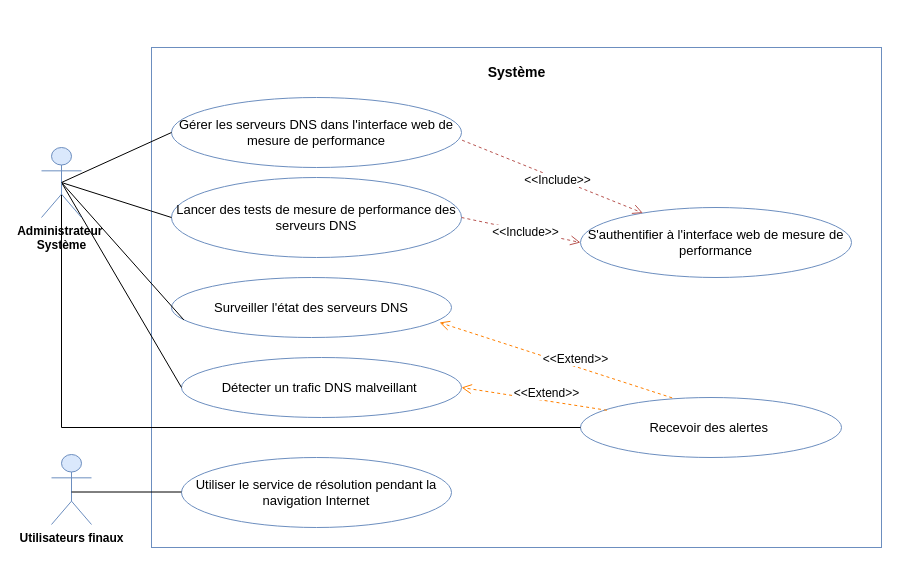
eya-harbaoui/Diagramms keeps this draw.io diagram as GlobalUseCase.drawio. Above is the earlier version. Source tidied: cells renumbered, new cells numbered last; positions are measured from the earlier drawing's top-left corner, leaving out a move shared by most shapes. Both pictures are drawn from the tidied source at 100%, with x=0, y=0 at pixel (41, 47).
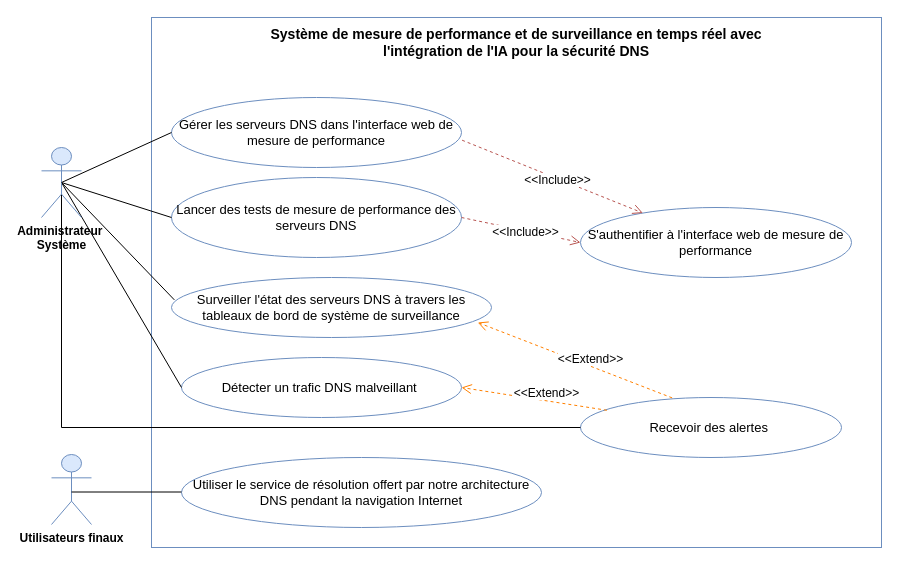
After the change.

Commit message:
Mettre à jour GlobalUseCase.drawio

The change refers to these unchanged cells:
```xml
<mxCell id="19" value="Administrateur&amp;nbsp;&lt;div&gt;Système&lt;/div&gt;" style="shape=umlActor;verticalLabelPosition=bottom;verticalAlign=top;html=1;outlineConnect=0;fontStyle=1;fillColor=#dae8fc;strokeColor=#6c8ebf;" parent="1" vertex="1">
  <mxGeometry y="100" width="40" height="70" as="geometry" />
</mxCell>
```

The edit, as a diff of the source:
```diff
@@
     <mxCell id="3" style="rounded=0;whiteSpace=wrap;html=1;strokeColor=#6C8EBF;" parent="1" vertex="1">
-      <mxGeometry x="110" width="730" height="500" as="geometry" />
+      <mxGeometry x="110" y="-30" width="730" height="530" as="geometry" />
     </mxCell>
-    <mxCell id="4" value="&lt;b&gt;&lt;font style=&quot;font-size: 14px;&quot;&gt;Système&lt;/font&gt;&lt;/b&gt;" style="text;strokeColor=none;align=center;fillColor=none;html=1;verticalAlign=middle;whiteSpace=wrap;rounded=0;" parent="1" vertex="1">
-      <mxGeometry x="437.5" y="10" width="75" height="30" as="geometry" />
+    <mxCell id="4" value="&lt;b&gt;&lt;font style=&quot;font-size: 14px;&quot;&gt;Système de mesure de performance et de surveillance en temps réel avec l'intégration de l'IA pour la sécurité DNS&lt;/font&gt;&lt;/b&gt;" style="text;strokeColor=none;align=center;fillColor=none;html=1;verticalAlign=middle;whiteSpace=wrap;rounded=0;" parent="1" vertex="1">
+      <mxGeometry x="205" y="-20" width="540" height="30" as="geometry" />
     </mxCell>
@@
-    <mxCell id="6" value="&lt;font style=&quot;font-size: 13px;&quot;&gt;Surveiller l'état des serveurs DNS&lt;/font&gt;" style="ellipse;whiteSpace=wrap;html=1;strokeColor=#6C8EBF;" parent="1" vertex="1">
-      <mxGeometry x="130" y="230" width="280" height="60" as="geometry" />
+    <mxCell id="6" value="&lt;font style=&quot;font-size: 13px;&quot;&gt;Surveiller l'état des serveurs DNS à travers les tableaux de bord de système de surveillance&lt;/font&gt;" style="ellipse;whiteSpace=wrap;html=1;strokeColor=#6C8EBF;" parent="1" vertex="1">
+      <mxGeometry x="130" y="230" width="320" height="60" as="geometry" />
     </mxCell>
@@
-    <mxCell id="10" value="&lt;font style=&quot;font-size: 13px;&quot;&gt;Utiliser le service de résolution pendant la navigation Internet&lt;/font&gt;" style="ellipse;whiteSpace=wrap;html=1;strokeColor=#6C8EBF;" parent="1" vertex="1">
-      <mxGeometry x="140" y="410" width="270" height="70" as="geometry" />
+    <mxCell id="10" value="&lt;font style=&quot;font-size: 13px;&quot;&gt;Utiliser le service de résolution offert par notre architecture DNS pendant la navigation Internet&lt;/font&gt;" style="ellipse;whiteSpace=wrap;html=1;strokeColor=#6C8EBF;" parent="1" vertex="1">
+      <mxGeometry x="140" y="410" width="360" height="70" as="geometry" />
     </mxCell>
@@
-    <mxCell id="13" style="endArrow=none;html=1;rounded=0;entryX=0.044;entryY=0.706;entryDx=0;entryDy=0;entryPerimeter=0;exitX=0.5;exitY=0.5;exitDx=0;exitDy=0;exitPerimeter=0;fillColor=#fad9d5;strokeColor=#000000;" parent="1" edge="1" source="19" target="6">
+    <mxCell id="13" style="endArrow=none;html=1;rounded=0;entryX=0.009;entryY=0.373;entryDx=0;entryDy=0;entryPerimeter=0;exitX=0.5;exitY=0.5;exitDx=0;exitDy=0;exitPerimeter=0;fillColor=#fad9d5;strokeColor=#000000;" parent="1" edge="1" source="19" target="6">
       <mxGeometry relative="1" as="geometry" />
     </mxCell>
```
